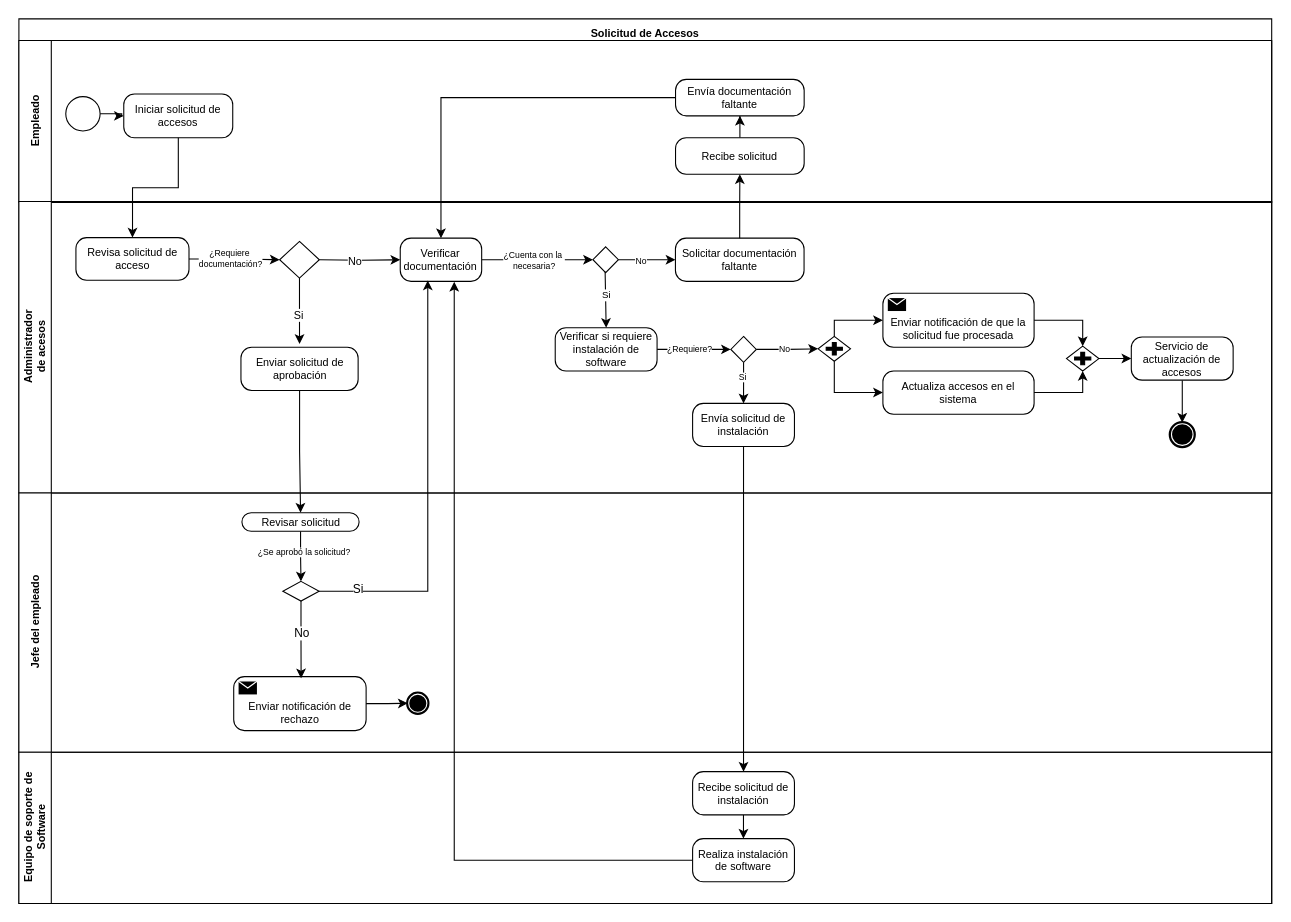
Before: DiagramaBPMN_SolicitudAccesos.drawio in dtafur97/Diagramas, a draw.io diagram. Source tidied: cells renumbered, new cells numbered last; positions are measured from the earlier drawing's top-left corner, leaving out a move shared by most shapes. Both pictures are drawn from the tidied source at 108%, with x=0, y=0 at pixel (18, 18).
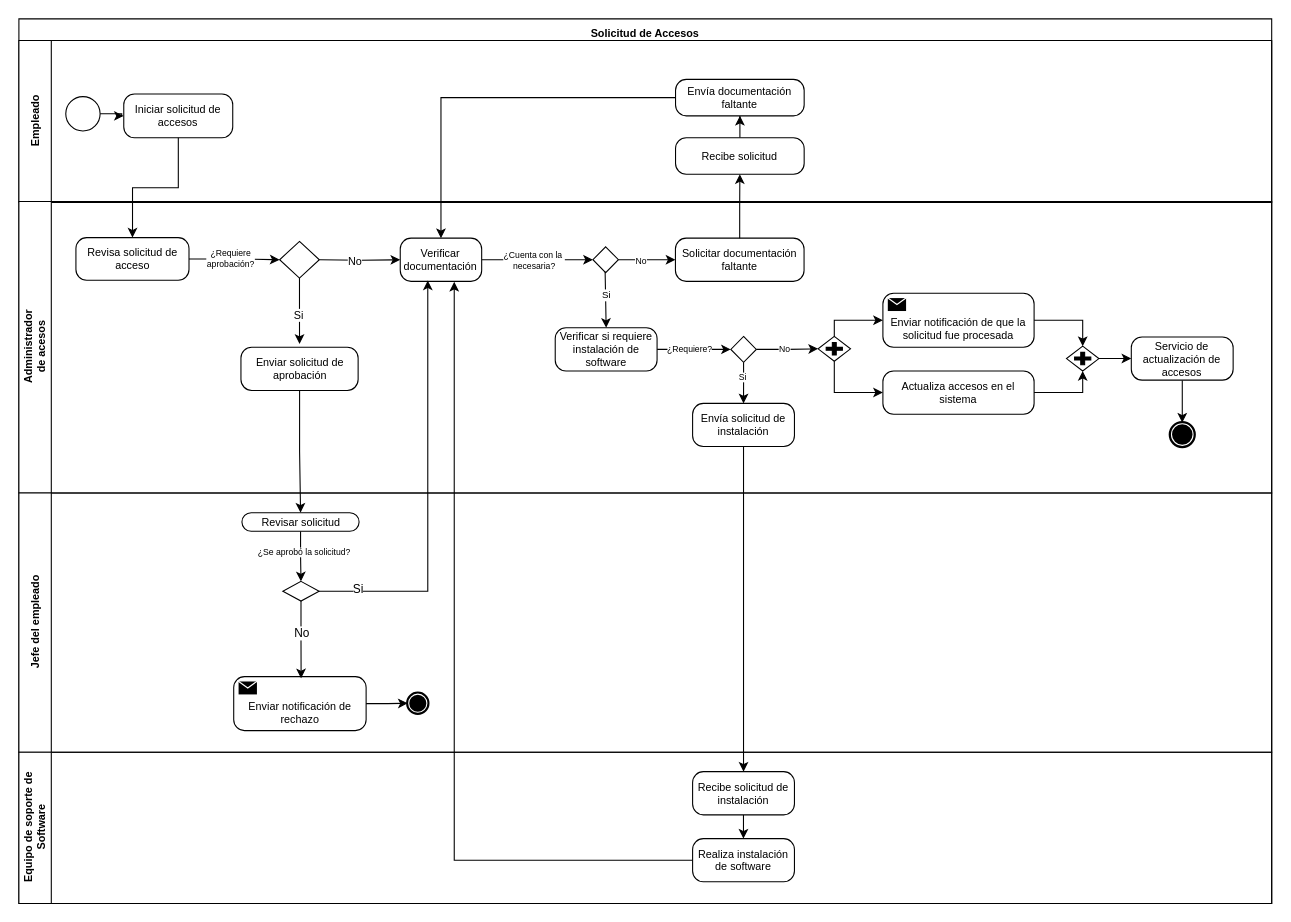
Above is the later version.

The change refers to these unchanged cells:
```xml
<mxCell id="13" style="edgeStyle=orthogonalEdgeStyle;rounded=0;jettySize=auto;html=1;" parent="12" edge="1" source="15" target="18">
  <mxGeometry relative="1" as="geometry" />
</mxCell>
```

What changed in the source:
```diff
@@
-    <mxCell id="14" value="¿Requiere&amp;nbsp;&lt;div style=&quot;font-size: 8px;&quot;&gt;documentación?&lt;/div&gt;" style="edgeLabel;html=1;align=center;verticalAlign=middle;fontSize=8;" parent="13" vertex="1">
+    <mxCell id="14" value="¿Requiere&lt;div&gt;aprobación?&lt;/div&gt;" style="edgeLabel;html=1;align=center;verticalAlign=middle;fontSize=8;" parent="13" vertex="1">
       <mxGeometry x="-0.11" y="-1" relative="1" as="geometry">
         <mxPoint y="-2" as="offset" />
       </mxGeometry>
     </mxCell>
```
